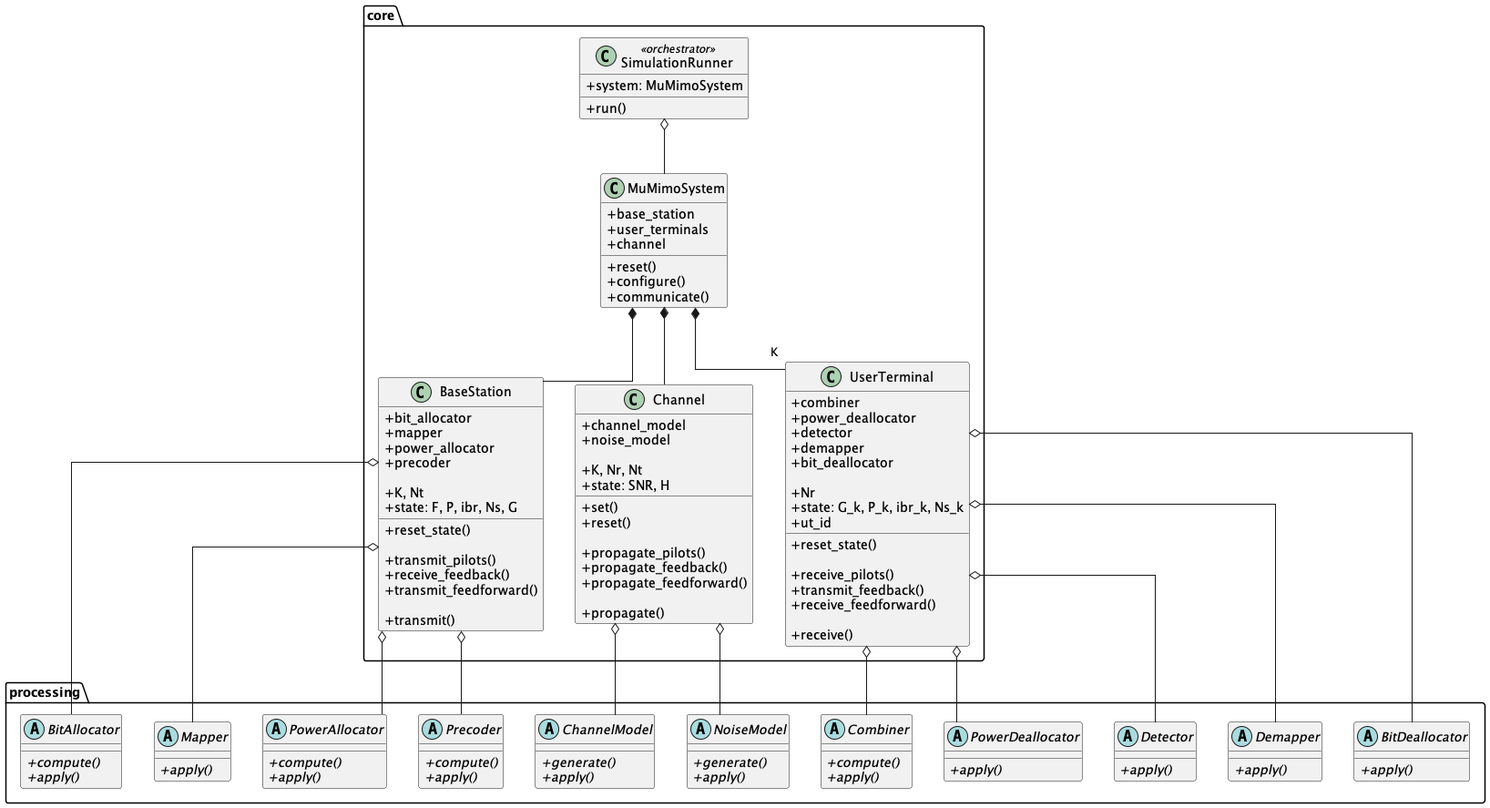
Before: mu-mimo/report/figures/out/class_diagram.png, a diagram exported from PlantUML (wannesbaes/satellite-precoding-techniques).
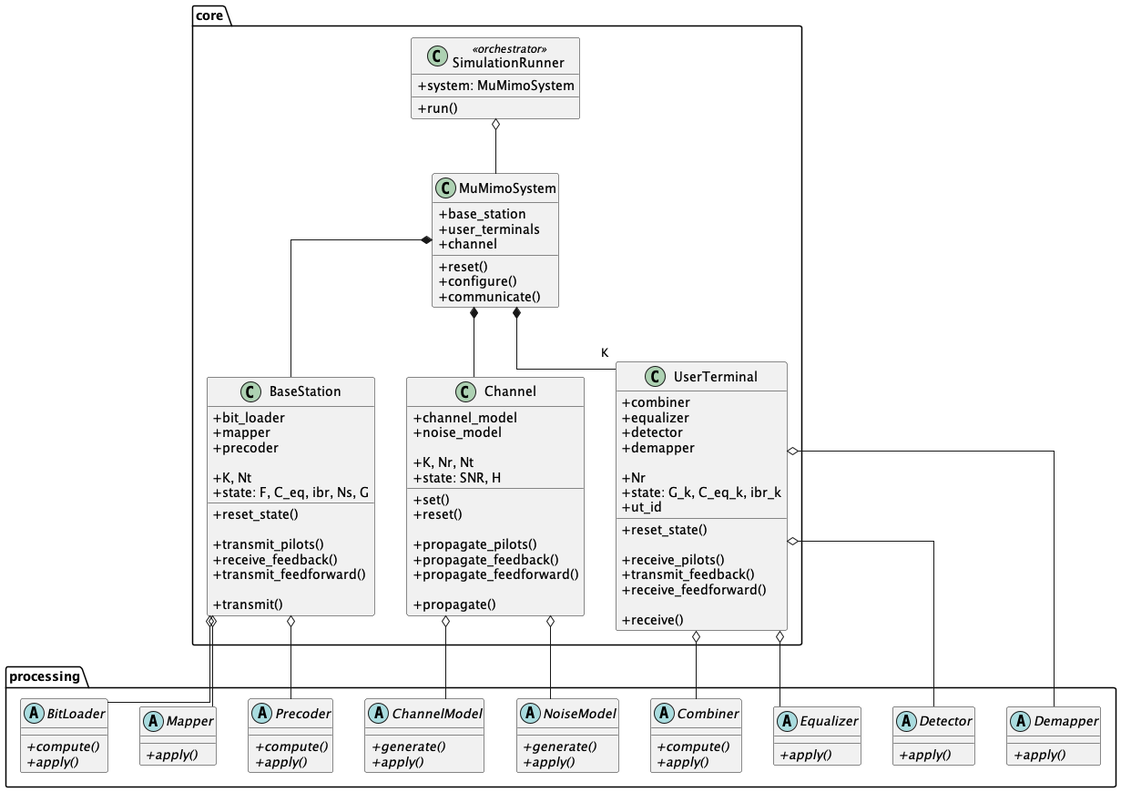
Later version of the same file.

Diff of the diagram source:
```diff
@@ -23,13 +23,12 @@
     }
 
     class BaseStation {
-        + bit_allocator
+        + bit_loader
         + mapper
-        + power_allocator
         + precoder
 
         + K, Nt
-        + state: F, P, ibr, Ns, G
+        + state: F, C_eq, ibr, Ns, G
 
         + reset_state()
 
@@ -59,13 +58,12 @@
 
     class UserTerminal {
         + combiner
-        + power_deallocator
+        + equalizer
         + detector
         + demapper
-        + bit_deallocator
 
         + Nr
-        + state: G_k, P_k, ibr_k, Ns_k
+        + state: G_k, C_eq_k, ibr_k
         + ut_id
 
         + reset_state()
@@ -81,17 +79,12 @@
 
 package "processing" {
 
-    abstract class BitAllocator {
+    abstract class BitLoader {
         + {abstract} compute()
         + {abstract} apply()
     }
 
     abstract class Mapper {
-        + {abstract} apply()
-    }
-
-    abstract class PowerAllocator {
-        + {abstract} compute()
         + {abstract} apply()
     }
 
@@ -117,7 +110,7 @@
         + {abstract} apply()
     }
 
-    abstract class PowerDeallocator {
+    abstract class Equalizer {
         + {abstract} apply()
     }
 
@@ -126,10 +119,6 @@
     }
 
     abstract class Demapper {
-        + {abstract} apply()
-    }
-
-    abstract class BitDeallocator {
         + {abstract} apply()
     }
 }
@@ -141,16 +130,14 @@
 MuMimoSystem *-- "K" UserTerminal
 MuMimoSystem *-- Channel
 
-BaseStation o-- BitAllocator
+BaseStation o-- BitLoader
 BaseStation o-- Mapper
-BaseStation o-- PowerAllocator
 BaseStation o-- Precoder
 
 UserTerminal o-- Combiner
-UserTerminal o-- PowerDeallocator
+UserTerminal o-- Equalizer
 UserTerminal o-- Detector
 UserTerminal o-- Demapper
-UserTerminal o-- BitDeallocator
 
 Channel o-- ChannelModel
 Channel o-- NoiseModel
```
